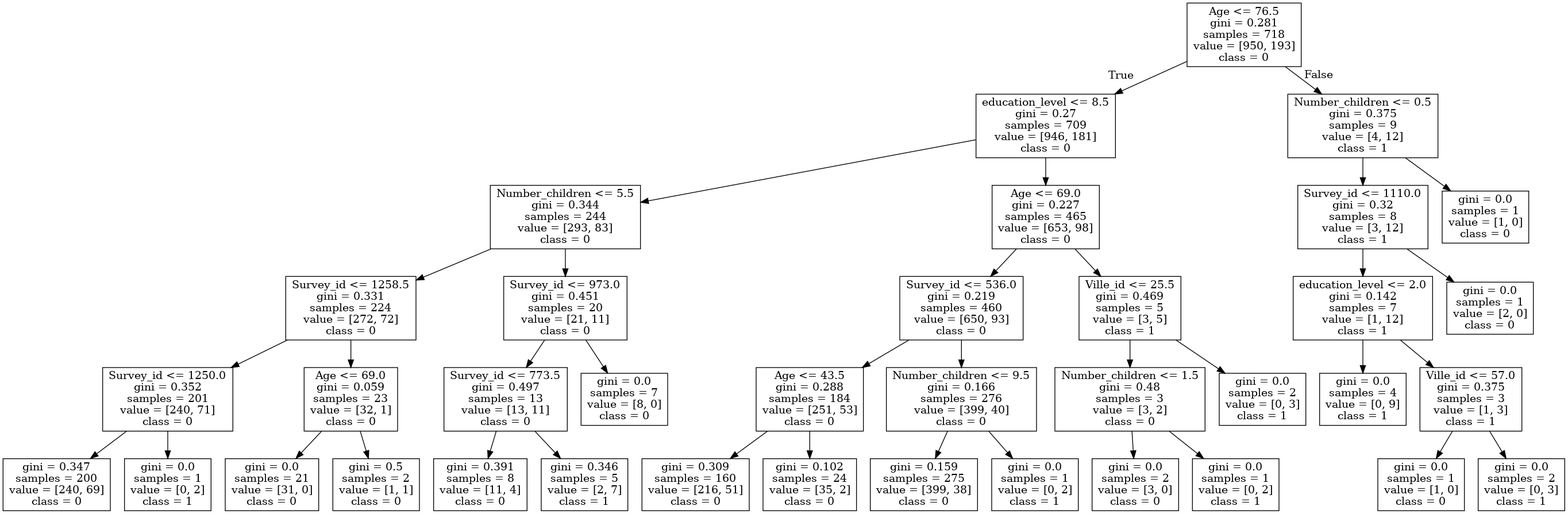
IziKodzik/Cart keeps this Graphviz diagram as pngs/tree06.png. Above is the earlier version. Its source is kept beside it as pngs/tree06.dot.
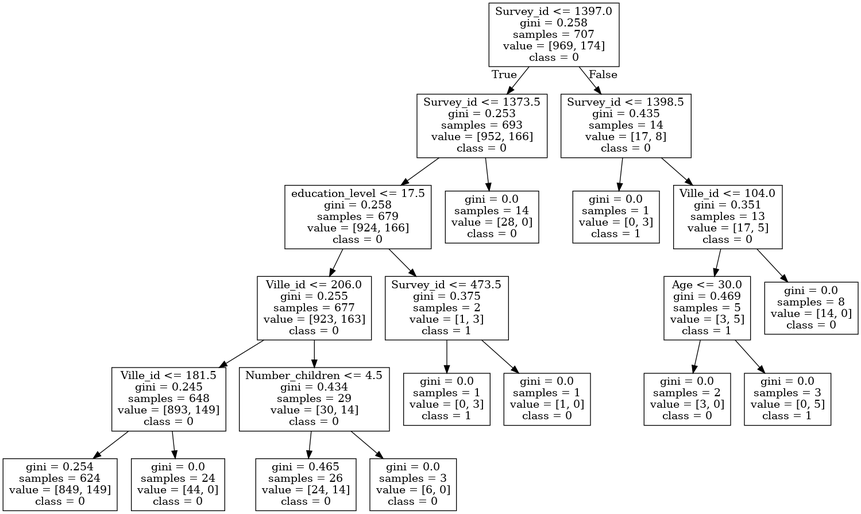
Above is the later version.

What changed in the source:
```diff
@@ -1,76 +1,44 @@
 digraph Tree {
 node [shape=box] ;
-0 [label="Age <= 76.5\ngini = 0.281\nsamples = 718\nvalue = [950, 193]\nclass = 0"] ;
-1 [label="education_level <= 8.5\ngini = 0.27\nsamples = 709\nvalue = [946, 181]\nclass = 0"] ;
+0 [label="Survey_id <= 1397.0\ngini = 0.258\nsamples = 707\nvalue = [969, 174]\nclass = 0"] ;
+1 [label="Survey_id <= 1373.5\ngini = 0.253\nsamples = 693\nvalue = [952, 166]\nclass = 0"] ;
 0 -> 1 [labeldistance=2.5, labelangle=45, headlabel="True"] ;
-2 [label="Number_children <= 5.5\ngini = 0.344\nsamples = 244\nvalue = [293, 83]\nclass = 0"] ;
+2 [label="education_level <= 17.5\ngini = 0.258\nsamples = 679\nvalue = [924, 166]\nclass = 0"] ;
 1 -> 2 ;
-3 [label="Survey_id <= 1258.5\ngini = 0.331\nsamples = 224\nvalue = [272, 72]\nclass = 0"] ;
+3 [label="Ville_id <= 206.0\ngini = 0.255\nsamples = 677\nvalue = [923, 163]\nclass = 0"] ;
 2 -> 3 ;
-4 [label="Survey_id <= 1250.0\ngini = 0.352\nsamples = 201\nvalue = [240, 71]\nclass = 0"] ;
+4 [label="Ville_id <= 181.5\ngini = 0.245\nsamples = 648\nvalue = [893, 149]\nclass = 0"] ;
 3 -> 4 ;
-5 [label="gini = 0.347\nsamples = 200\nvalue = [240, 69]\nclass = 0"] ;
+5 [label="gini = 0.254\nsamples = 624\nvalue = [849, 149]\nclass = 0"] ;
 4 -> 5 ;
-6 [label="gini = 0.0\nsamples = 1\nvalue = [0, 2]\nclass = 1"] ;
+6 [label="gini = 0.0\nsamples = 24\nvalue = [44, 0]\nclass = 0"] ;
 4 -> 6 ;
-7 [label="Age <= 69.0\ngini = 0.059\nsamples = 23\nvalue = [32, 1]\nclass = 0"] ;
+7 [label="Number_children <= 4.5\ngini = 0.434\nsamples = 29\nvalue = [30, 14]\nclass = 0"] ;
 3 -> 7 ;
-8 [label="gini = 0.0\nsamples = 21\nvalue = [31, 0]\nclass = 0"] ;
+8 [label="gini = 0.465\nsamples = 26\nvalue = [24, 14]\nclass = 0"] ;
 7 -> 8 ;
-9 [label="gini = 0.5\nsamples = 2\nvalue = [1, 1]\nclass = 0"] ;
+9 [label="gini = 0.0\nsamples = 3\nvalue = [6, 0]\nclass = 0"] ;
 7 -> 9 ;
-10 [label="Survey_id <= 973.0\ngini = 0.451\nsamples = 20\nvalue = [21, 11]\nclass = 0"] ;
+10 [label="Survey_id <= 473.5\ngini = 0.375\nsamples = 2\nvalue = [1, 3]\nclass = 1"] ;
 2 -> 10 ;
-11 [label="Survey_id <= 773.5\ngini = 0.497\nsamples = 13\nvalue = [13, 11]\nclass = 0"] ;
+11 [label="gini = 0.0\nsamples = 1\nvalue = [0, 3]\nclass = 1"] ;
 10 -> 11 ;
-12 [label="gini = 0.391\nsamples = 8\nvalue = [11, 4]\nclass = 0"] ;
-11 -> 12 ;
-13 [label="gini = 0.346\nsamples = 5\nvalue = [2, 7]\nclass = 1"] ;
-11 -> 13 ;
-14 [label="gini = 0.0\nsamples = 7\nvalue = [8, 0]\nclass = 0"] ;
-10 -> 14 ;
-15 [label="Age <= 69.0\ngini = 0.227\nsamples = 465\nvalue = [653, 98]\nclass = 0"] ;
-1 -> 15 ;
-16 [label="Survey_id <= 536.0\ngini = 0.219\nsamples = 460\nvalue = [650, 93]\nclass = 0"] ;
-15 -> 16 ;
-17 [label="Age <= 43.5\ngini = 0.288\nsamples = 184\nvalue = [251, 53]\nclass = 0"] ;
+12 [label="gini = 0.0\nsamples = 1\nvalue = [1, 0]\nclass = 0"] ;
+10 -> 12 ;
+13 [label="gini = 0.0\nsamples = 14\nvalue = [28, 0]\nclass = 0"] ;
+1 -> 13 ;
+14 [label="Survey_id <= 1398.5\ngini = 0.435\nsamples = 14\nvalue = [17, 8]\nclass = 0"] ;
+0 -> 14 [labeldistance=2.5, labelangle=-45, headlabel="False"] ;
+15 [label="gini = 0.0\nsamples = 1\nvalue = [0, 3]\nclass = 1"] ;
+14 -> 15 ;
+16 [label="Ville_id <= 104.0\ngini = 0.351\nsamples = 13\nvalue = [17, 5]\nclass = 0"] ;
+14 -> 16 ;
+17 [label="Age <= 30.0\ngini = 0.469\nsamples = 5\nvalue = [3, 5]\nclass = 1"] ;
 16 -> 17 ;
-18 [label="gini = 0.309\nsamples = 160\nvalue = [216, 51]\nclass = 0"] ;
+18 [label="gini = 0.0\nsamples = 2\nvalue = [3, 0]\nclass = 0"] ;
 17 -> 18 ;
-19 [label="gini = 0.102\nsamples = 24\nvalue = [35, 2]\nclass = 0"] ;
+19 [label="gini = 0.0\nsamples = 3\nvalue = [0, 5]\nclass = 1"] ;
 17 -> 19 ;
-20 [label="Number_children <= 9.5\ngini = 0.166\nsamples = 276\nvalue = [399, 40]\nclass = 0"] ;
+20 [label="gini = 0.0\nsamples = 8\nvalue = [14, 0]\nclass = 0"] ;
 16 -> 20 ;
-21 [label="gini = 0.159\nsamples = 275\nvalue = [399, 38]\nclass = 0"] ;
-20 -> 21 ;
-22 [label="gini = 0.0\nsamples = 1\nvalue = [0, 2]\nclass = 1"] ;
-20 -> 22 ;
-23 [label="Ville_id <= 25.5\ngini = 0.469\nsamples = 5\nvalue = [3, 5]\nclass = 1"] ;
-15 -> 23 ;
-24 [label="Number_children <= 1.5\ngini = 0.48\nsamples = 3\nvalue = [3, 2]\nclass = 0"] ;
-23 -> 24 ;
-25 [label="gini = 0.0\nsamples = 2\nvalue = [3, 0]\nclass = 0"] ;
-24 -> 25 ;
-26 [label="gini = 0.0\nsamples = 1\nvalue = [0, 2]\nclass = 1"] ;
-24 -> 26 ;
-27 [label="gini = 0.0\nsamples = 2\nvalue = [0, 3]\nclass = 1"] ;
-23 -> 27 ;
-28 [label="Number_children <= 0.5\ngini = 0.375\nsamples = 9\nvalue = [4, 12]\nclass = 1"] ;
-0 -> 28 [labeldistance=2.5, labelangle=-45, headlabel="False"] ;
-29 [label="Survey_id <= 1110.0\ngini = 0.32\nsamples = 8\nvalue = [3, 12]\nclass = 1"] ;
-28 -> 29 ;
-30 [label="education_level <= 2.0\ngini = 0.142\nsamples = 7\nvalue = [1, 12]\nclass = 1"] ;
-29 -> 30 ;
-31 [label="gini = 0.0\nsamples = 4\nvalue = [0, 9]\nclass = 1"] ;
-30 -> 31 ;
-32 [label="Ville_id <= 57.0\ngini = 0.375\nsamples = 3\nvalue = [1, 3]\nclass = 1"] ;
-30 -> 32 ;
-33 [label="gini = 0.0\nsamples = 1\nvalue = [1, 0]\nclass = 0"] ;
-32 -> 33 ;
-34 [label="gini = 0.0\nsamples = 2\nvalue = [0, 3]\nclass = 1"] ;
-32 -> 34 ;
-35 [label="gini = 0.0\nsamples = 1\nvalue = [2, 0]\nclass = 0"] ;
-29 -> 35 ;
-36 [label="gini = 0.0\nsamples = 1\nvalue = [1, 0]\nclass = 0"] ;
-28 -> 36 ;
 }
```
